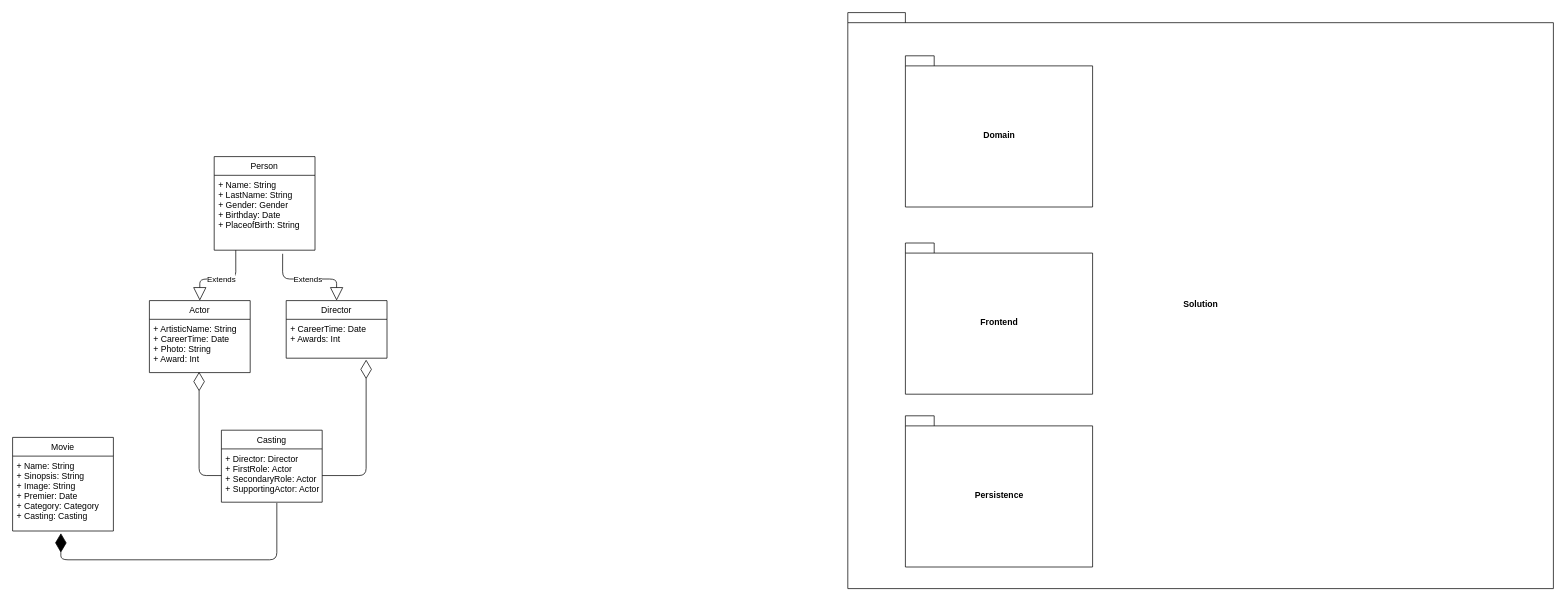
gasiferox/G63_Cycle_3_SoftwareDevelopment_TuringSoftTeam keeps this draw.io diagram as UML/UML_ProyPeliculas.drawio. Above is the earlier version. Source tidied: cells renumbered, new cells numbered last; positions are measured from the earlier drawing's top-left corner, leaving out a move shared by most shapes. Both pictures are drawn from the tidied source at 72%, with x=0, y=0 at pixel (12, 12).
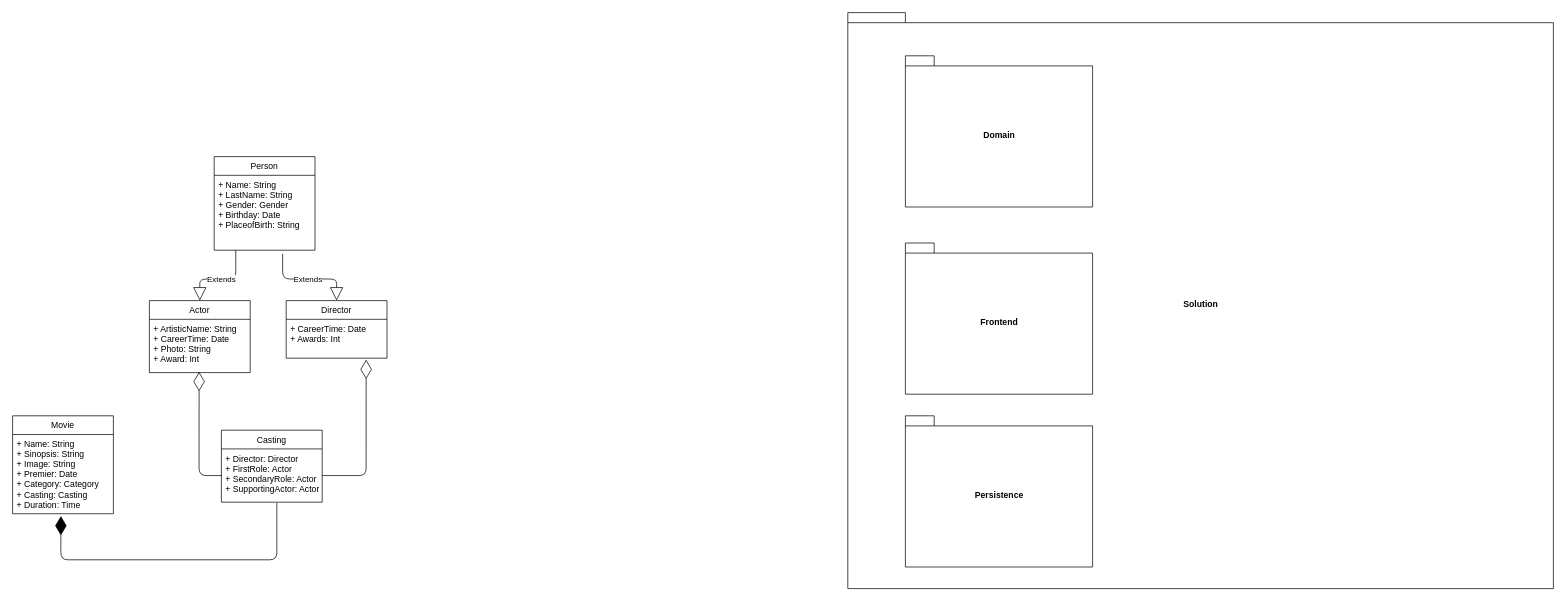
Above is the later version.

What changed in the source:
```diff
@@
     <mxCell id="2" value="Movie" style="swimlane;fontStyle=0;horizontal=1;startSize=26;fillColor=none;" parent="1" vertex="1">
-      <mxGeometry y="590" width="140" height="130" as="geometry" />
+      <mxGeometry y="560" width="140" height="136" as="geometry" />
     </mxCell>
-    <mxCell id="3" value="+ Name: String&#10;+ Sinopsis: String&#10;+ Image: String&#10;+ Premier: Date&#10;+ Category: Category&#10;+ Casting: Casting" style="text;strokeColor=none;fillColor=none;align=left;verticalAlign=top;spacingLeft=4;spacingRight=4;overflow=hidden;points=[[0,0.5],[1,0.5]];portConstraint=eastwest;" parent="2" vertex="1">
-      <mxGeometry y="26" width="140" height="104" as="geometry" />
+    <mxCell id="3" value="+ Name: String&#10;+ Sinopsis: String&#10;+ Image: String&#10;+ Premier: Date&#10;+ Category: Category&#10;+ Casting: Casting&#10;+ Duration: Time" style="text;strokeColor=none;fillColor=none;align=left;verticalAlign=top;spacingLeft=4;spacingRight=4;overflow=hidden;points=[[0,0.5],[1,0.5]];portConstraint=eastwest;" parent="2" vertex="1">
+      <mxGeometry y="26" width="140" height="110" as="geometry" />
     </mxCell>
```
